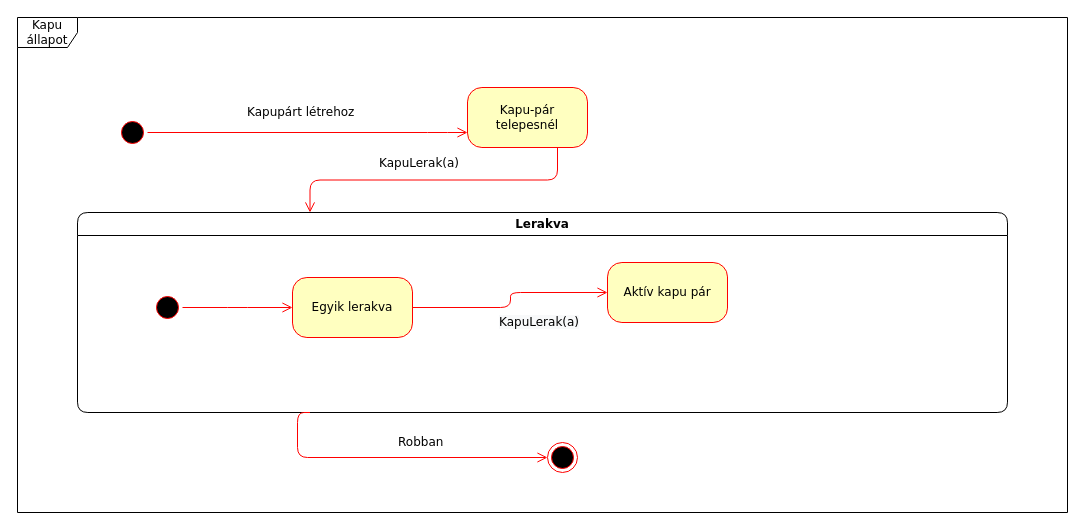
This is doc/uml/teleport_allapot.drawio from torpeBoiGo/aszteroidabanyaszat, a draw.io file, before an edit. Source tidied: cells renumbered, new cells numbered last; positions are measured from the earlier drawing's top-left corner, leaving out a move shared by most shapes. Both pictures are drawn from the tidied source at 100%, with x=0, y=0 at pixel (17, 17).
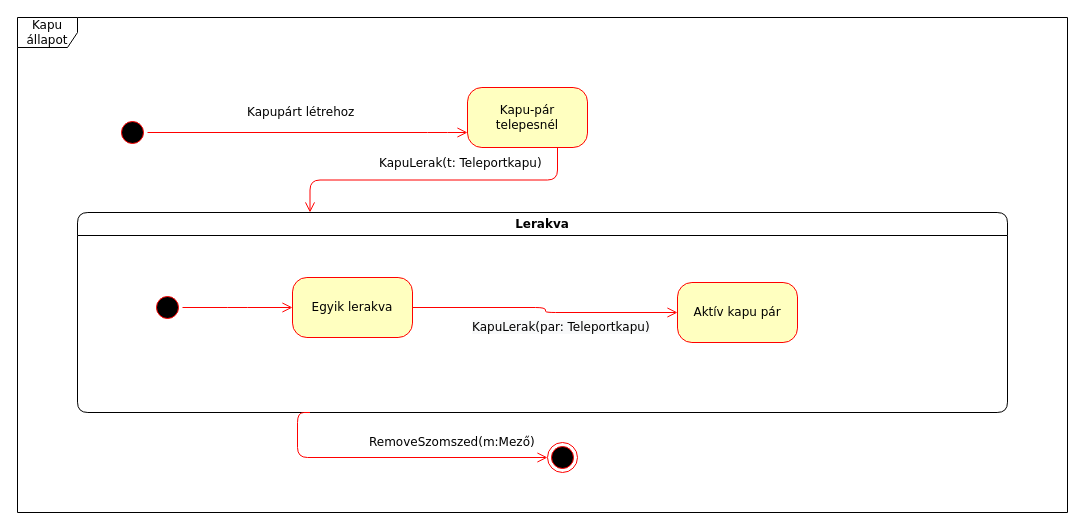
The same page after the edit.

Diff of the diagram source:
```diff
@@
 <mxGraphModel background="#ffffff">
   <root>
     <mxCell id="0" />
     <mxCell id="1" parent="0" />
     <mxCell id="2" value="Kapu állapot" style="shape=umlFrame;whiteSpace=wrap;html=1;rounded=1;shadow=0;comic=0;labelBackgroundColor=none;strokeWidth=1;fontFamily=Verdana;fontSize=12;align=center;" parent="1" vertex="1">
       <mxGeometry width="1050" height="495" as="geometry" />
     </mxCell>
     <mxCell id="3" style="ellipse;html=1;shape=startState;fillColor=#000000;strokeColor=#ff0000;rounded=1;shadow=0;comic=0;labelBackgroundColor=none;fontFamily=Verdana;fontSize=12;fontColor=#000000;align=center;direction=south;" parent="1" vertex="1">
       <mxGeometry x="100" y="100" width="30" height="30" as="geometry" />
     </mxCell>
     <mxCell id="4" value="Kapu-pár telepesnél" style="rounded=1;whiteSpace=wrap;html=1;arcSize=24;fillColor=#ffffc0;strokeColor=#ff0000;shadow=0;comic=0;labelBackgroundColor=none;fontFamily=Verdana;fontSize=12;fontColor=#000000;align=center;" parent="1" vertex="1">
       <mxGeometry x="450" y="70" width="120" height="60" as="geometry" />
     </mxCell>
     <mxCell id="5" value="Lerakva" style="swimlane;whiteSpace=wrap;html=1;rounded=1;shadow=0;comic=0;labelBackgroundColor=none;strokeWidth=1;fontFamily=Verdana;fontSize=12;align=center;" parent="1" vertex="1">
       <mxGeometry x="60" y="195" width="930" height="200" as="geometry" />
     </mxCell>
     <mxCell id="6" value="Egyik lerakva" style="rounded=1;whiteSpace=wrap;html=1;arcSize=24;fillColor=#ffffc0;strokeColor=#ff0000;shadow=0;comic=0;labelBackgroundColor=none;fontFamily=Verdana;fontSize=12;fontColor=#000000;align=center;" parent="5" vertex="1">
       <mxGeometry x="215" y="65" width="120" height="60" as="geometry" />
     </mxCell>
     <mxCell id="7" style="edgeStyle=elbowEdgeStyle;html=1;labelBackgroundColor=none;endArrow=open;endSize=8;strokeColor=#ff0000;fontFamily=Verdana;fontSize=12;align=left;" parent="5" edge="1" source="8" target="6">
       <mxGeometry relative="1" as="geometry" />
     </mxCell>
     <mxCell id="8" style="ellipse;html=1;shape=startState;fillColor=#000000;strokeColor=#ff0000;rounded=1;shadow=0;comic=0;labelBackgroundColor=none;fontFamily=Verdana;fontSize=12;fontColor=#000000;align=center;direction=south;" parent="5" vertex="1">
       <mxGeometry x="75" y="80" width="30" height="30" as="geometry" />
     </mxCell>
     <mxCell id="9" value="Kapupárt létrehoz" style="edgeStyle=orthogonalEdgeStyle;html=1;labelBackgroundColor=none;endArrow=open;endSize=8;strokeColor=#ff0000;fontFamily=Verdana;fontSize=12;align=left;entryX=0;entryY=0.75;entryDx=0;entryDy=0;" parent="1" edge="1" source="3" target="4">
       <mxGeometry x="-0.39" y="20" relative="1" as="geometry">
         <Array as="points">
           <mxPoint x="420" y="115" />
         </Array>
       </mxGeometry>
     </mxCell>
-    <mxCell id="10" value="KapuLerak(a)" style="edgeStyle=orthogonalEdgeStyle;html=1;labelBackgroundColor=none;endArrow=open;endSize=8;strokeColor=#ff0000;fontFamily=Verdana;fontSize=12;align=left;exitX=0.75;exitY=1;exitDx=0;exitDy=0;entryX=0.25;entryY=0;entryDx=0;entryDy=0;" parent="1" edge="1" source="4" target="5">
+    <mxCell id="10" value="KapuLerak(t: Teleportkapu)" style="edgeStyle=orthogonalEdgeStyle;html=1;labelBackgroundColor=none;endArrow=open;endSize=8;strokeColor=#ff0000;fontFamily=Verdana;fontSize=12;align=left;exitX=0.75;exitY=1;exitDx=0;exitDy=0;entryX=0.25;entryY=0;entryDx=0;entryDy=0;" parent="1" edge="1" source="4" target="5">
       <mxGeometry x="0.36" y="-17" relative="1" as="geometry">
         <mxPoint x="-1" as="offset" />
       </mxGeometry>
     </mxCell>
-    <mxCell id="11" value="Robban" style="edgeStyle=elbowEdgeStyle;html=1;labelBackgroundColor=none;endArrow=open;endSize=8;strokeColor=#ff0000;fontFamily=Verdana;fontSize=12;align=left;exitX=0.25;exitY=1;exitDx=0;exitDy=0;entryX=0;entryY=0.5;entryDx=0;entryDy=0;" parent="1" edge="1" source="5" target="12">
-      <mxGeometry x="0.02" y="15" relative="1" as="geometry">
+    <mxCell id="11" value="RemoveSzomszed(m:Mező)" style="edgeStyle=elbowEdgeStyle;html=1;labelBackgroundColor=none;endArrow=open;endSize=8;strokeColor=#ff0000;fontFamily=Verdana;fontSize=12;align=left;exitX=0.25;exitY=1;exitDx=0;exitDy=0;entryX=0;entryY=0.5;entryDx=0;entryDy=0;" parent="1" edge="1" source="5" target="12">
+      <mxGeometry x="-0.17" y="15" relative="1" as="geometry">
         <Array as="points">
           <mxPoint x="280" y="445" />
         </Array>
         <mxPoint x="-1" as="offset" />
       </mxGeometry>
     </mxCell>
     <mxCell id="12" style="ellipse;html=1;shape=endState;fillColor=#000000;strokeColor=#ff0000;rounded=1;shadow=0;comic=0;labelBackgroundColor=none;fontFamily=Verdana;fontSize=12;fontColor=#000000;align=center;" parent="1" vertex="1">
       <mxGeometry x="530" y="425" width="30" height="30" as="geometry" />
     </mxCell>
-    <mxCell id="13" value="&#10;&#10;&lt;span style=&quot;color: rgb(0, 0, 0); font-family: verdana; font-size: 12px; font-style: normal; font-weight: 400; letter-spacing: normal; text-align: left; text-indent: 0px; text-transform: none; word-spacing: 0px; background-color: rgb(248, 249, 250); display: inline; float: none;&quot;&gt;KapuLerak(a)&lt;/span&gt;&#10;&#10;" style="edgeStyle=elbowEdgeStyle;html=1;labelBackgroundColor=none;endArrow=open;endSize=8;strokeColor=#ff0000;fontFamily=Verdana;fontSize=12;align=left;exitX=1;exitY=0.5;exitDx=0;exitDy=0;" parent="1" edge="1" source="6" target="14">
-      <mxGeometry x="-0.19" y="-15" relative="1" as="geometry" />
+    <mxCell id="13" value="&lt;br&gt;&lt;br&gt;&lt;span style=&quot;color: rgb(0 , 0 , 0) ; font-family: &amp;#34;verdana&amp;#34; ; font-size: 12px ; font-style: normal ; font-weight: 400 ; letter-spacing: normal ; text-align: left ; text-indent: 0px ; text-transform: none ; word-spacing: 0px ; background-color: rgb(248 , 249 , 250) ; display: inline ; float: none&quot;&gt;KapuLerak(par&lt;span style=&quot;font-family: &amp;#34;verdana&amp;#34;&quot;&gt;: Teleportkapu&lt;/span&gt;)&lt;/span&gt;" style="edgeStyle=elbowEdgeStyle;html=1;labelBackgroundColor=none;endArrow=open;endSize=8;strokeColor=#ff0000;fontFamily=Verdana;fontSize=12;align=left;exitX=1;exitY=0.5;exitDx=0;exitDy=0;" parent="1" edge="1" source="6" target="14">
+      <mxGeometry x="-0.57" y="-5" relative="1" as="geometry" />
     </mxCell>
     <mxCell id="14" value="Aktív kapu pár" style="rounded=1;whiteSpace=wrap;html=1;arcSize=24;fillColor=#ffffc0;strokeColor=#ff0000;shadow=0;comic=0;labelBackgroundColor=none;fontFamily=Verdana;fontSize=12;fontColor=#000000;align=center;" parent="1" vertex="1">
-      <mxGeometry x="590" y="245" width="120" height="60" as="geometry" />
+      <mxGeometry x="660" y="265" width="120" height="60" as="geometry" />
     </mxCell>
   </root>
 </mxGraphModel>
```
